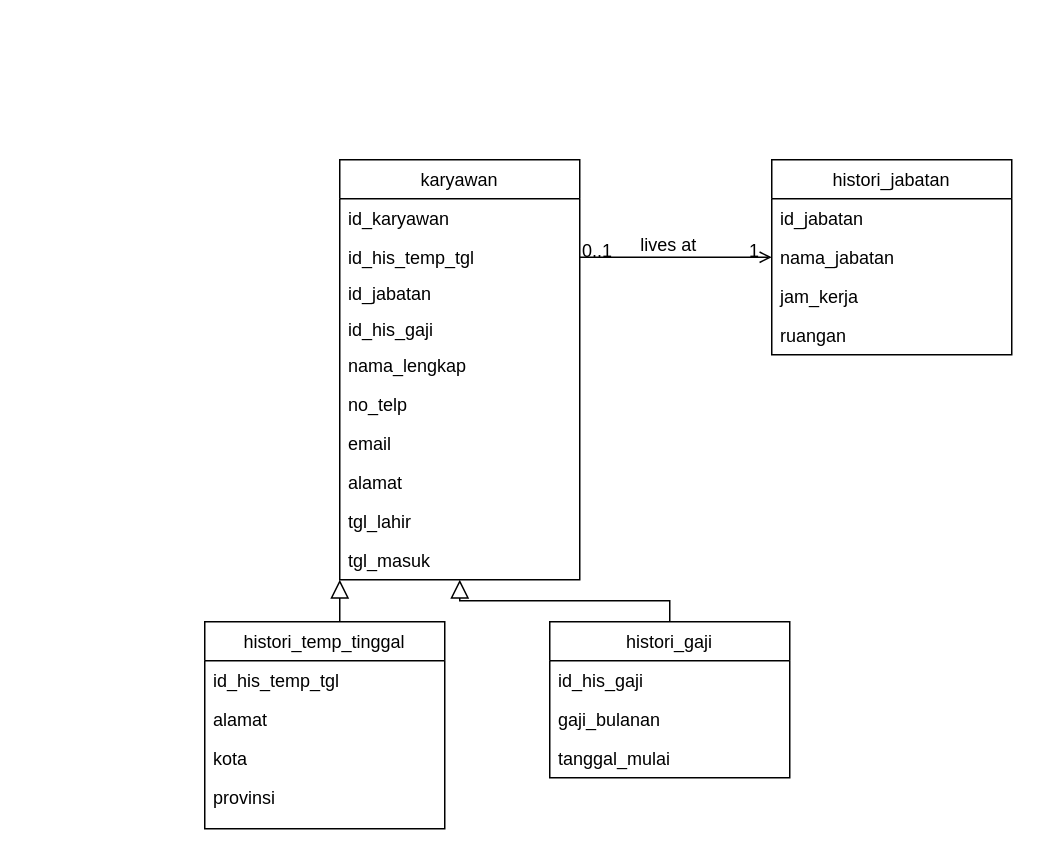
This is pertemuan_7/data_karyawan.drawio from ricky03knowhere/IF214002, a draw.io file, before an edit. Source tidied: cells renumbered, new cells numbered last; positions are measured from the earlier drawing's top-left corner, leaving out a move shared by most shapes. Both pictures are drawn from the tidied source at 150%, with x=0, y=0 at pixel (204, 159).
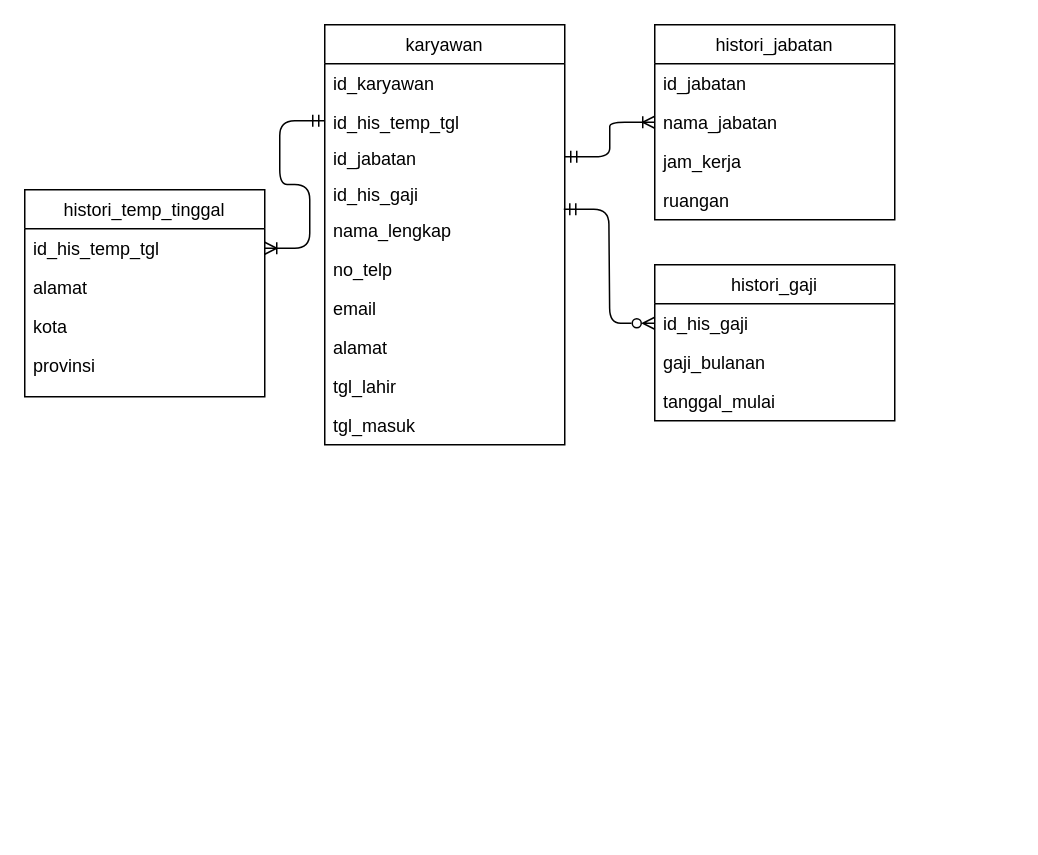
The same diagram, later.

Unchanged cells that the change refers to:
```xml
<mxCell id="4" value="id_his_temp_tgl" style="text;align=left;verticalAlign=top;spacingLeft=4;spacingRight=4;overflow=hidden;points=[[0,0.5],[1,0.5]];portConstraint=eastwest;rounded=0;shadow=0;html=0;" parent="2" vertex="1">
  <mxGeometry y="52" width="160" height="24" as="geometry" />
</mxCell>
<mxCell id="5" value="id_jabatan" style="text;align=left;verticalAlign=top;spacingLeft=4;spacingRight=4;overflow=hidden;points=[[0,0.5],[1,0.5]];portConstraint=eastwest;rounded=0;shadow=0;html=0;" parent="2" vertex="1">
  <mxGeometry y="76" width="160" height="24" as="geometry" />
</mxCell>
<mxCell id="6" value="id_his_gaji" style="text;align=left;verticalAlign=top;spacingLeft=4;spacingRight=4;overflow=hidden;points=[[0,0.5],[1,0.5]];portConstraint=eastwest;rounded=0;shadow=0;html=0;" parent="2" vertex="1">
  <mxGeometry y="100" width="160" height="24" as="geometry" />
</mxCell>
<mxCell id="14" value="id_his_temp_tgl" style="text;align=left;verticalAlign=top;spacingLeft=4;spacingRight=4;overflow=hidden;points=[[0,0.5],[1,0.5]];portConstraint=eastwest;" parent="13" vertex="1">
  <mxGeometry y="26" width="160" height="26" as="geometry" />
</mxCell>
<mxCell id="20" value="id_his_gaji" style="text;align=left;verticalAlign=top;spacingLeft=4;spacingRight=4;overflow=hidden;points=[[0,0.5],[1,0.5]];portConstraint=eastwest;" parent="19" vertex="1">
  <mxGeometry y="26" width="160" height="26" as="geometry" />
</mxCell>
```

Change to the diagram source:
```diff
@@
     <mxCell id="2" value="karyawan" style="swimlane;fontStyle=0;align=center;verticalAlign=top;horizontal=1;startSize=26;rounded=0;shadow=0;strokeWidth=1;" parent="1" vertex="1">
-      <mxGeometry x="90" width="160" height="280" as="geometry" />
+      <mxGeometry x="80" y="-90" width="160" height="280" as="geometry" />
     </mxCell>
@@
     <mxCell id="13" value="histori_temp_tinggal" style="swimlane;fontStyle=0;align=center;verticalAlign=top;horizontal=1;startSize=26;rounded=0;shadow=0;strokeWidth=1;" parent="1" vertex="1">
-      <mxGeometry y="308" width="160" height="138" as="geometry" />
+      <mxGeometry x="-120" y="20" width="160" height="138" as="geometry" />
     </mxCell>
@@
-    <mxCell id="18" style="endArrow=block;endSize=10;endFill=0;shadow=0;strokeWidth=1;rounded=0;edgeStyle=elbowEdgeStyle;elbow=vertical;" parent="1" edge="1" source="13" target="2">
-      <mxGeometry relative="1" as="geometry">
-        <Array as="points">
-          <mxPoint x="150" y="250" />
-        </Array>
-      </mxGeometry>
-    </mxCell>
     <mxCell id="19" value="histori_gaji" style="swimlane;fontStyle=0;align=center;verticalAlign=top;horizontal=1;startSize=26;rounded=0;shadow=0;strokeWidth=1;" parent="1" vertex="1">
-      <mxGeometry x="230" y="308" width="160" height="104" as="geometry" />
+      <mxGeometry x="300" y="70" width="160" height="104" as="geometry" />
     </mxCell>
@@
-    <mxCell id="23" style="endArrow=block;endSize=10;endFill=0;shadow=0;strokeWidth=1;rounded=0;edgeStyle=elbowEdgeStyle;elbow=vertical;" parent="1" edge="1" source="19" target="2">
-      <mxGeometry relative="1" as="geometry" />
-    </mxCell>
     <mxCell id="24" value="histori_jabatan" style="swimlane;fontStyle=0;align=center;verticalAlign=top;horizontal=1;startSize=26;rounded=0;shadow=0;strokeWidth=1;" parent="1" vertex="1">
-      <mxGeometry x="378" width="160" height="130" as="geometry" />
+      <mxGeometry x="300" y="-90" width="160" height="130" as="geometry" />
     </mxCell>
@@
-    <mxCell id="29" style="endArrow=open;shadow=0;strokeWidth=1;rounded=0;endFill=1;edgeStyle=elbowEdgeStyle;elbow=vertical;" parent="1" edge="1" source="2" target="24">
+    <mxCell id="29" style="endArrow=ERoneToMany;shadow=0;strokeWidth=1;rounded=1;endFill=0;edgeStyle=entityRelationEdgeStyle;elbow=vertical;startArrow=ERmandOne;startFill=0;" parent="1" edge="1" source="5" target="24">
       <mxGeometry x="0.5" y="41" relative="1" as="geometry">
         <mxPoint x="-40" y="32" as="offset" />
       </mxGeometry>
     </mxCell>
-    <mxCell id="30" value="0..1" style="align=left;verticalAlign=bottom;labelBackgroundColor=none;fontSize=12;" parent="29" vertex="1">
-      <mxGeometry x="-1" relative="1" as="geometry">
-        <mxPoint y="4" as="offset" />
-      </mxGeometry>
-    </mxCell>
-    <mxCell id="31" value="1" style="align=right;verticalAlign=bottom;labelBackgroundColor=none;fontSize=12;" parent="29" vertex="1">
-      <mxGeometry x="1" relative="1" as="geometry">
-        <mxPoint x="-7" y="4" as="offset" />
-      </mxGeometry>
-    </mxCell>
-    <mxCell id="32" value="lives at" style="text;html=1;align=center;verticalAlign=middle;labelBackgroundColor=none;rounded=0;shadow=0;strokeWidth=1;fontSize=12;" parent="29" vertex="1">
-      <mxGeometry x="0.5" y="49" relative="1" as="geometry">
-        <mxPoint x="-38" y="40" as="offset" />
-      </mxGeometry>
-    </mxCell>
+    <mxCell id="33" style="edgeStyle=entityRelationEdgeStyle;rounded=1;jettySize=auto;html=1;entryX=0;entryY=0.5;entryDx=0;entryDy=0;startArrow=ERoneToMany;startFill=0;endArrow=ERmandOne;endFill=0;" parent="1" edge="1" source="14" target="4">
+      <mxGeometry relative="1" as="geometry" />
+    </mxCell>
+    <mxCell id="34" style="edgeStyle=entityRelationEdgeStyle;rounded=1;jettySize=auto;html=1;entryX=0.996;entryY=0.96;entryDx=0;entryDy=0;entryPerimeter=0;startArrow=ERzeroToMany;startFill=0;endArrow=ERmandOne;endFill=0;" parent="1" edge="1" source="20" target="6">
+      <mxGeometry relative="1" as="geometry" />
+    </mxCell>
```
